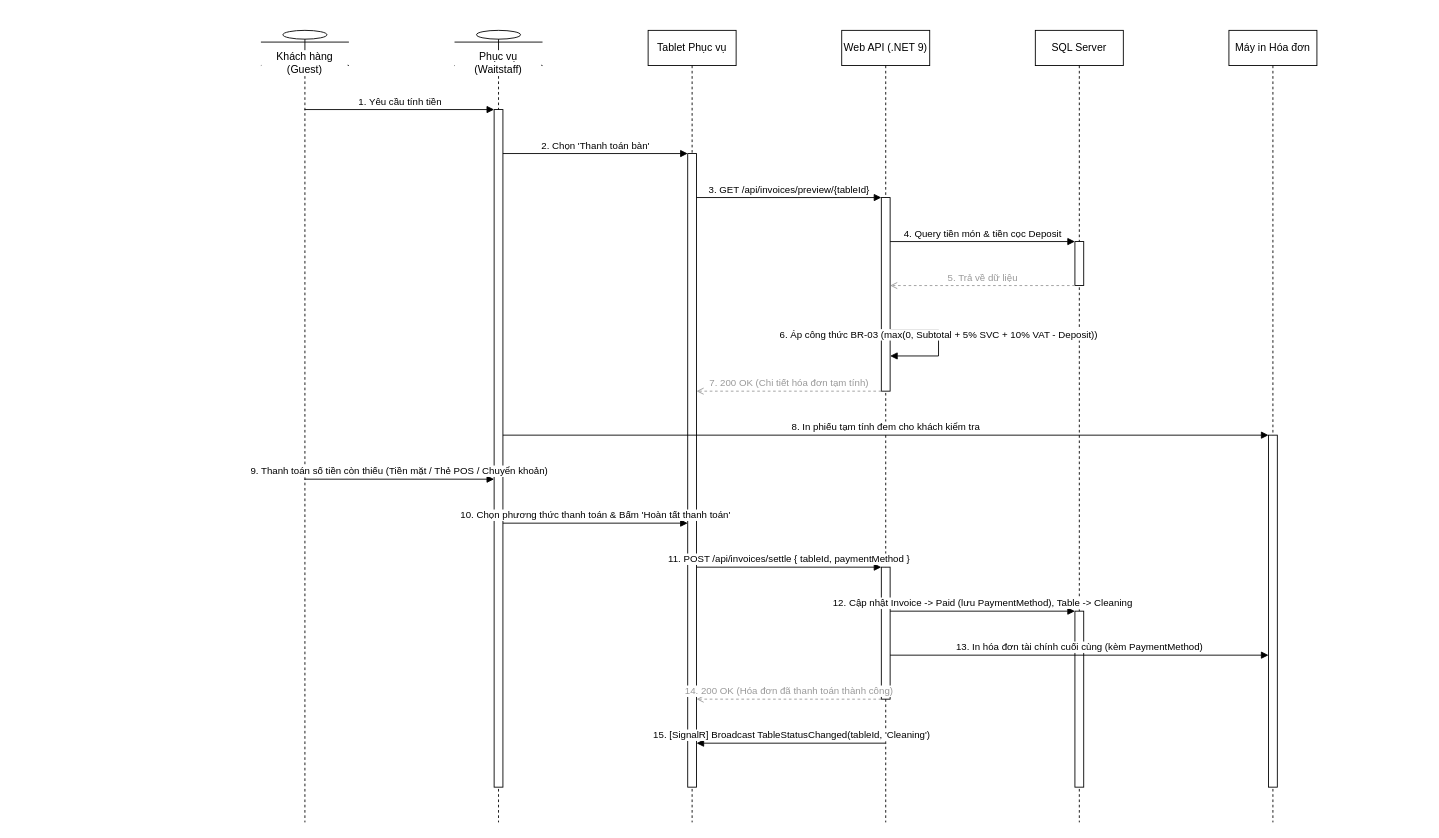
Above: docs/phase1/drawio/sd04_invoice_settlement.drawio in AndrewQng/VinDining (draw.io), before the change. Source tidied: cells renumbered, new cells numbered last; positions are measured from the earlier drawing's top-left corner, leaving out a move shared by most shapes. Both pictures are drawn from the tidied source at 88%, with x=0, y=0 at pixel (260, 30).
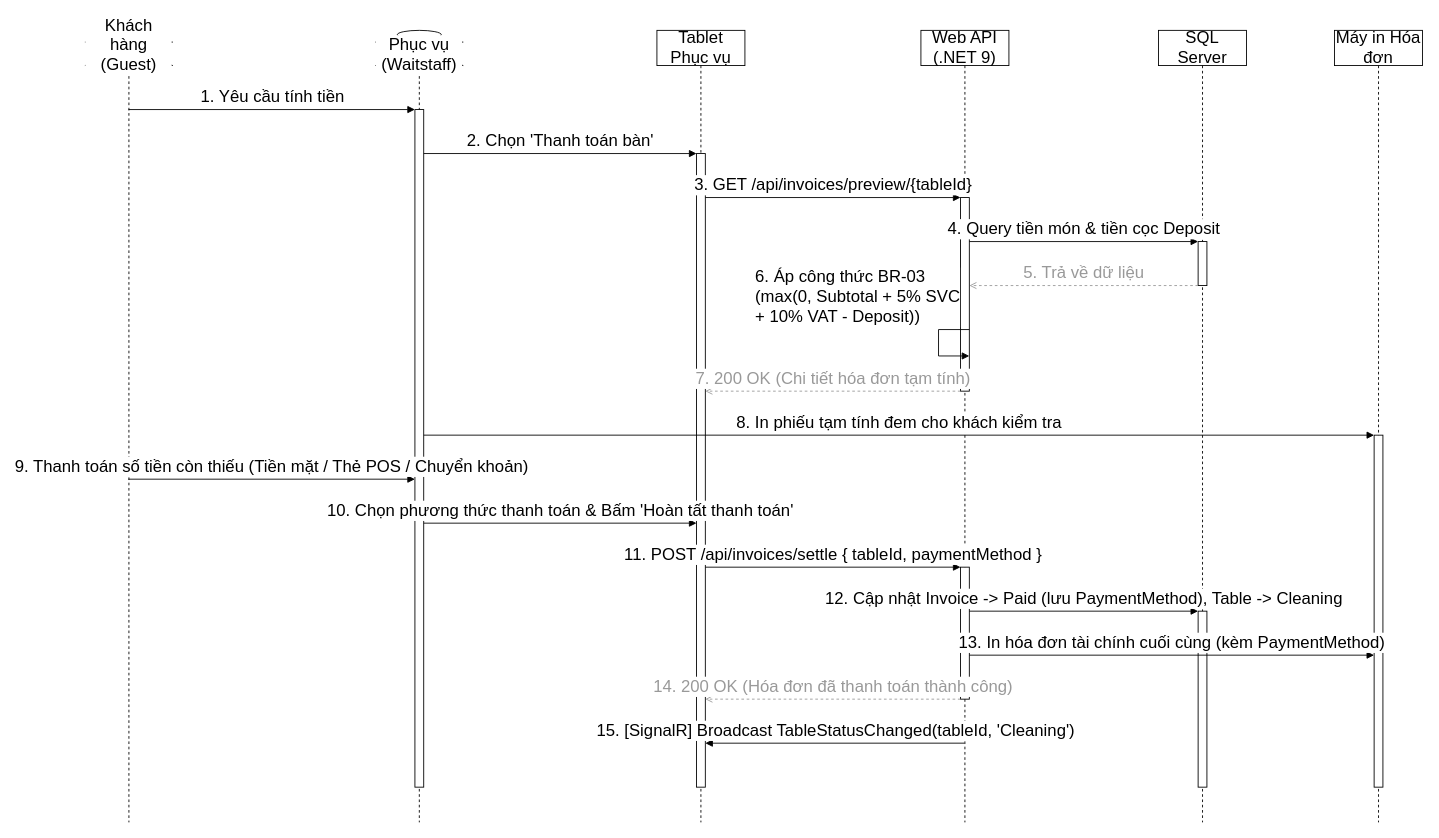
After the change.

What changed in the source:
```diff
@@
-    <mxCell id="2" value="Khách hàng (Guest)" style="shape=umlLifeline;perimeter=lifelinePerimeter;whiteSpace=wrap;html=1;outlineConnect=0;portConstraint=eastwest;size=40;participant=umlActor;verticalAlign=bottom;spacingBottom=-14;labelBackgroundColor=#ffffff;" parent="1" vertex="1">
-      <mxGeometry width="100" height="900" as="geometry" />
+    <mxCell id="2" value="Khách hàng (Guest)" style="shape=umlLifeline;perimeter=lifelinePerimeter;whiteSpace=wrap;html=1;outlineConnect=0;portConstraint=eastwest;size=40;participant=umlActor;verticalAlign=bottom;spacingBottom=-14;labelBackgroundColor=#ffffff;fontSize=19;" parent="1" vertex="1">
+      <mxGeometry x="-200" width="100" height="900" as="geometry" />
     </mxCell>
-    <mxCell id="3" value="Phục vụ (Waitstaff)" style="shape=umlLifeline;perimeter=lifelinePerimeter;whiteSpace=wrap;html=1;size=40;participant=umlActor;verticalAlign=bottom;spacingBottom=-14;labelBackgroundColor=#ffffff;" parent="1" vertex="1">
-      <mxGeometry x="220" width="100" height="900" as="geometry" />
+    <mxCell id="3" value="Phục vụ (Waitstaff)" style="shape=umlLifeline;perimeter=lifelinePerimeter;whiteSpace=wrap;html=1;size=40;participant=umlActor;verticalAlign=bottom;spacingBottom=-14;labelBackgroundColor=#ffffff;fontSize=19;" parent="1" vertex="1">
+      <mxGeometry x="130" width="100" height="900" as="geometry" />
     </mxCell>
+    <mxCell id="11" style="html=1;points=[];perimeter=orthogonalPerimeter;outlineConnect=0;fillColor=#ffffff;fontSize=19;" parent="3" vertex="1">
+      <mxGeometry x="45" y="90" width="10" height="770" as="geometry" />
+    </mxCell>
-    <mxCell id="4" value="Tablet Phục vụ" style="shape=umlLifeline;perimeter=lifelinePerimeter;whiteSpace=wrap;html=1;size=40;" parent="1" vertex="1">
-      <mxGeometry x="440" width="100" height="900" as="geometry" />
+    <mxCell id="4" value="Tablet Phục vụ" style="shape=umlLifeline;perimeter=lifelinePerimeter;whiteSpace=wrap;html=1;size=40;fontSize=19;" parent="1" vertex="1">
+      <mxGeometry x="450" width="100" height="900" as="geometry" />
     </mxCell>
+    <mxCell id="12" style="html=1;points=[];perimeter=orthogonalPerimeter;outlineConnect=0;fillColor=#ffffff;fontSize=19;" parent="4" vertex="1">
+      <mxGeometry x="45" y="140" width="10" height="720" as="geometry" />
+    </mxCell>
-    <mxCell id="5" value="Web API (.NET 9)" style="shape=umlLifeline;perimeter=lifelinePerimeter;whiteSpace=wrap;html=1;outlineConnect=0;portConstraint=eastwest;size=40;" parent="1" vertex="1">
-      <mxGeometry x="660" width="100" height="900" as="geometry" />
+    <mxCell id="5" value="Web API (.NET 9)" style="shape=umlLifeline;perimeter=lifelinePerimeter;whiteSpace=wrap;html=1;outlineConnect=0;portConstraint=eastwest;size=40;fontSize=19;" parent="1" vertex="1">
+      <mxGeometry x="750" width="100" height="900" as="geometry" />
     </mxCell>
-    <mxCell id="6" value="SQL Server" style="shape=umlLifeline;perimeter=lifelinePerimeter;whiteSpace=wrap;html=1;size=40;" parent="1" vertex="1">
-      <mxGeometry x="880" width="100" height="900" as="geometry" />
-    </mxCell>
-    <mxCell id="7" value="Máy in Hóa đơn" style="shape=umlLifeline;perimeter=lifelinePerimeter;whiteSpace=wrap;html=1;size=40;" parent="1" vertex="1">
-      <mxGeometry x="1100" width="100" height="900" as="geometry" />
-    </mxCell>
-    <mxCell id="8" style="html=1;points=[];perimeter=orthogonalPerimeter;outlineConnect=0;fillColor=#ffffff;" parent="6" vertex="1">
-      <mxGeometry x="45" y="240" width="10" height="50" as="geometry" />
-    </mxCell>
-    <mxCell id="9" style="html=1;points=[];perimeter=orthogonalPerimeter;outlineConnect=0;fillColor=#ffffff;" parent="5" vertex="1">
+    <mxCell id="9" style="html=1;points=[];perimeter=orthogonalPerimeter;outlineConnect=0;fillColor=#ffffff;fontSize=19;" parent="5" vertex="1">
       <mxGeometry x="45" y="190" width="10" height="220" as="geometry" />
     </mxCell>
-    <mxCell id="10" style="html=1;points=[];perimeter=orthogonalPerimeter;outlineConnect=0;fillColor=#ffffff;" parent="5" vertex="1">
+    <mxCell id="10" style="html=1;points=[];perimeter=orthogonalPerimeter;outlineConnect=0;fillColor=#ffffff;fontSize=19;" parent="5" vertex="1">
       <mxGeometry x="45" y="610" width="10" height="150" as="geometry" />
     </mxCell>
-    <mxCell id="11" style="html=1;points=[];perimeter=orthogonalPerimeter;outlineConnect=0;fillColor=#ffffff;" parent="3" vertex="1">
-      <mxGeometry x="45" y="90" width="10" height="770" as="geometry" />
-    </mxCell>
-    <mxCell id="12" style="html=1;points=[];perimeter=orthogonalPerimeter;outlineConnect=0;fillColor=#ffffff;" parent="4" vertex="1">
-      <mxGeometry x="45" y="140" width="10" height="720" as="geometry" />
-    </mxCell>
+    <mxCell id="6" value="SQL Server" style="shape=umlLifeline;perimeter=lifelinePerimeter;whiteSpace=wrap;html=1;size=40;fontSize=19;" parent="1" vertex="1">
+      <mxGeometry x="1020" width="100" height="900" as="geometry" />
+    </mxCell>
+    <mxCell id="8" style="html=1;points=[];perimeter=orthogonalPerimeter;outlineConnect=0;fillColor=#ffffff;fontSize=19;" parent="6" vertex="1">
+      <mxGeometry x="45" y="240" width="10" height="50" as="geometry" />
+    </mxCell>
+    <mxCell id="14" style="html=1;points=[];perimeter=orthogonalPerimeter;outlineConnect=0;fillColor=#ffffff;fontSize=19;" parent="6" vertex="1">
+      <mxGeometry x="45" y="660" width="10" height="200" as="geometry" />
+    </mxCell>
+    <mxCell id="7" value="Máy in Hóa đơn" style="shape=umlLifeline;perimeter=lifelinePerimeter;whiteSpace=wrap;html=1;size=40;fontSize=19;" parent="1" vertex="1">
+      <mxGeometry x="1220" width="100" height="900" as="geometry" />
+    </mxCell>
-    <mxCell id="13" style="html=1;points=[];perimeter=orthogonalPerimeter;outlineConnect=0;fillColor=#ffffff;" parent="7" vertex="1">
+    <mxCell id="13" style="html=1;points=[];perimeter=orthogonalPerimeter;outlineConnect=0;fillColor=#ffffff;fontSize=19;" parent="7" vertex="1">
       <mxGeometry x="45" y="460" width="10" height="400" as="geometry" />
     </mxCell>
-    <mxCell id="14" style="html=1;points=[];perimeter=orthogonalPerimeter;outlineConnect=0;fillColor=#ffffff;" parent="6" vertex="1">
-      <mxGeometry x="45" y="660" width="10" height="200" as="geometry" />
-    </mxCell>
-    <mxCell id="15" value="1. Yêu cầu tính tiền" style="html=1;verticalAlign=bottom;endArrow=block;curved=0;rounded=0;exitX=0.5;exitY=0.1;entryX=0;entryY=0.0;" parent="1" edge="1" source="2" target="11">
+    <mxCell id="15" value="1. Yêu cầu tính tiền" style="html=1;verticalAlign=bottom;endArrow=block;curved=0;rounded=0;exitX=0.5;exitY=0.1;entryX=0;entryY=0.0;fontSize=19;" parent="1" edge="1" source="2" target="11">
       <mxGeometry relative="1" as="geometry" />
     </mxCell>
-    <mxCell id="16" value="2. Chọn 'Thanh toán bàn'" style="html=1;verticalAlign=bottom;endArrow=block;curved=0;rounded=0;exitX=1;exitY=0.0649;entryX=0;entryY=0.0;" parent="1" edge="1" source="11" target="12">
+    <mxCell id="16" value="2. Chọn 'Thanh toán bàn'" style="html=1;verticalAlign=bottom;endArrow=block;curved=0;rounded=0;exitX=1;exitY=0.0649;entryX=0;entryY=0.0;fontSize=19;" parent="1" edge="1" source="11" target="12">
       <mxGeometry relative="1" as="geometry" />
     </mxCell>
-    <mxCell id="17" value="3. GET /api/invoices/preview/{tableId}" style="html=1;verticalAlign=bottom;endArrow=block;curved=0;rounded=0;exitX=1;exitY=0.0694;entryX=0;entryY=0.0;" parent="1" edge="1" source="12" target="9">
+    <mxCell id="17" value="3. GET /api/invoices/preview/{tableId}" style="html=1;verticalAlign=bottom;endArrow=block;curved=0;rounded=0;exitX=1;exitY=0.0694;entryX=0;entryY=0.0;fontSize=19;" parent="1" edge="1" source="12" target="9">
       <mxGeometry relative="1" as="geometry" />
     </mxCell>
-    <mxCell id="18" value="4. Query tiền món &amp; tiền cọc Deposit" style="html=1;verticalAlign=bottom;endArrow=block;curved=0;rounded=0;exitX=1;exitY=0.2273;entryX=0;entryY=0.0;" parent="1" edge="1" source="9" target="8">
+    <mxCell id="18" value="4. Query tiền món &amp;amp; tiền cọc Deposit" style="html=1;verticalAlign=bottom;endArrow=block;curved=0;rounded=0;exitX=1;exitY=0.2273;entryX=0;entryY=0.0;fontSize=19;" parent="1" edge="1" source="9" target="8">
       <mxGeometry relative="1" as="geometry" />
     </mxCell>
-    <mxCell id="19" value="5. Trả về dữ liệu" style="html=1;verticalAlign=bottom;endArrow=open;dashed=1;curved=0;rounded=0;strokeColor=#999999;fontColor=#999999;exitX=0;exitY=1.0;entryX=1;entryY=0.4545;" parent="1" edge="1" source="8" target="9">
+    <mxCell id="19" value="5. Trả về dữ liệu" style="html=1;verticalAlign=bottom;endArrow=open;dashed=1;curved=0;rounded=0;strokeColor=#999999;fontColor=#999999;exitX=0;exitY=1.0;entryX=1;entryY=0.4545;fontSize=19;" parent="1" edge="1" source="8" target="9">
       <mxGeometry relative="1" as="geometry" />
     </mxCell>
-    <mxCell id="20" value="6. Áp công thức BR-03 (max(0, Subtotal + 5% SVC + 10% VAT - Deposit))" style="html=1;verticalAlign=bottom;endArrow=block;curved=0;rounded=0;exitX=1;exitY=0.6818;entryX=1;entryY=0.8182;" parent="1" edge="1" source="9" target="9">
-      <mxGeometry relative="1" as="geometry">
+    <mxCell id="20" value="6. Áp công thức BR-03&amp;nbsp;&lt;div&gt;(max(0, Subtotal + 5% SVC&lt;/div&gt;&lt;div&gt;+ 10% VAT - Deposit))&lt;/div&gt;" style="html=1;verticalAlign=bottom;endArrow=block;curved=0;rounded=0;exitX=1;exitY=0.6818;entryX=1;entryY=0.8182;fontSize=19;align=left;" parent="1" edge="1" source="9" target="9">
+      <mxGeometry x="-0.3" y="-210" relative="1" as="geometry">
         <Array as="points">
           <mxPoint x="770" y="340" />
           <mxPoint x="770" y="370" />
         </Array>
       </mxGeometry>
     </mxCell>
-    <mxCell id="21" value="7. 200 OK (Chi tiết hóa đơn tạm tính)" style="html=1;verticalAlign=bottom;endArrow=open;dashed=1;curved=0;rounded=0;strokeColor=#999999;fontColor=#999999;exitX=0;exitY=1.0;entryX=1;entryY=0.375;" parent="1" edge="1" source="9" target="12">
+    <mxCell id="21" value="7. 200 OK (Chi tiết hóa đơn tạm tính)" style="html=1;verticalAlign=bottom;endArrow=open;dashed=1;curved=0;rounded=0;strokeColor=#999999;fontColor=#999999;exitX=0;exitY=1.0;entryX=1;entryY=0.375;fontSize=19;" parent="1" edge="1" source="9" target="12">
       <mxGeometry relative="1" as="geometry" />
     </mxCell>
-    <mxCell id="22" value="8. In phiếu tạm tính đem cho khách kiểm tra" style="html=1;verticalAlign=bottom;endArrow=block;curved=0;rounded=0;exitX=1;exitY=0.4805;entryX=0;entryY=0.0;" parent="1" edge="1" source="11" target="13">
+    <mxCell id="22" value="8. In phiếu tạm tính đem cho khách kiểm tra" style="html=1;verticalAlign=bottom;endArrow=block;curved=0;rounded=0;exitX=1;exitY=0.4805;entryX=0;entryY=0.0;fontSize=19;" parent="1" edge="1" source="11" target="13">
       <mxGeometry relative="1" as="geometry" />
     </mxCell>
-    <mxCell id="23" value="9. Thanh toán số tiền còn thiếu (Tiền mặt / Thẻ POS / Chuyển khoản)" style="html=1;verticalAlign=bottom;endArrow=block;curved=0;rounded=0;exitX=0.5;exitY=0.5667;entryX=0;entryY=0.5455;" parent="1" edge="1" source="2" target="11">
+    <mxCell id="23" value="9. Thanh toán số tiền còn thiếu (Tiền mặt / Thẻ POS / Chuyển khoản)" style="html=1;verticalAlign=bottom;endArrow=block;curved=0;rounded=0;exitX=0.5;exitY=0.5667;entryX=0;entryY=0.5455;fontSize=19;" parent="1" edge="1" source="2" target="11">
       <mxGeometry relative="1" as="geometry" />
     </mxCell>
-    <mxCell id="24" value="10. Chọn phương thức thanh toán &amp; Bấm 'Hoàn tất thanh toán'" style="html=1;verticalAlign=bottom;endArrow=block;curved=0;rounded=0;exitX=1;exitY=0.6104;entryX=0;entryY=0.5833;" parent="1" edge="1" source="11" target="12">
+    <mxCell id="24" value="10. Chọn phương thức thanh toán &amp;amp; Bấm 'Hoàn tất thanh toán'" style="html=1;verticalAlign=bottom;endArrow=block;curved=0;rounded=0;exitX=1;exitY=0.6104;entryX=0;entryY=0.5833;fontSize=19;" parent="1" edge="1" source="11" target="12">
       <mxGeometry relative="1" as="geometry" />
     </mxCell>
-    <mxCell id="25" value="11. POST /api/invoices/settle { tableId, paymentMethod }" style="html=1;verticalAlign=bottom;endArrow=block;curved=0;rounded=0;exitX=1;exitY=0.6528;entryX=0;entryY=0.0;" parent="1" edge="1" source="12" target="10">
+    <mxCell id="25" value="11. POST /api/invoices/settle { tableId, paymentMethod }" style="html=1;verticalAlign=bottom;endArrow=block;curved=0;rounded=0;exitX=1;exitY=0.6528;entryX=0;entryY=0.0;fontSize=19;" parent="1" edge="1" source="12" target="10">
       <mxGeometry relative="1" as="geometry" />
     </mxCell>
-    <mxCell id="26" value="12. Cập nhật Invoice -&gt; Paid (lưu PaymentMethod), Table -&gt; Cleaning" style="html=1;verticalAlign=bottom;endArrow=block;curved=0;rounded=0;exitX=1;exitY=0.3333;entryX=0;entryY=0.0;" parent="1" edge="1" source="10" target="14">
+    <mxCell id="26" value="12. Cập nhật Invoice -&amp;gt; Paid (lưu PaymentMethod), Table -&amp;gt; Cleaning" style="html=1;verticalAlign=bottom;endArrow=block;curved=0;rounded=0;exitX=1;exitY=0.3333;entryX=0;entryY=0.0;fontSize=19;" parent="1" edge="1" source="10" target="14">
       <mxGeometry relative="1" as="geometry" />
     </mxCell>
-    <mxCell id="27" value="13. In hóa đơn tài chính cuối cùng (kèm PaymentMethod)" style="html=1;verticalAlign=bottom;endArrow=block;curved=0;rounded=0;exitX=1;exitY=0.6667;entryX=0;entryY=0.625;" parent="1" edge="1" source="10" target="13">
+    <mxCell id="27" value="13. In hóa đơn tài chính cuối cùng (kèm PaymentMethod)" style="html=1;verticalAlign=bottom;endArrow=block;curved=0;rounded=0;exitX=1;exitY=0.6667;entryX=0;entryY=0.625;fontSize=19;" parent="1" edge="1" source="10" target="13">
       <mxGeometry relative="1" as="geometry" />
     </mxCell>
-    <mxCell id="28" value="14. 200 OK (Hóa đơn đã thanh toán thành công)" style="html=1;verticalAlign=bottom;endArrow=open;dashed=1;curved=0;rounded=0;strokeColor=#999999;fontColor=#999999;exitX=0;exitY=1.0;entryX=1;entryY=0.8611;" parent="1" edge="1" source="10" target="12">
+    <mxCell id="28" value="14. 200 OK (Hóa đơn đã thanh toán thành công)" style="html=1;verticalAlign=bottom;endArrow=open;dashed=1;curved=0;rounded=0;strokeColor=#999999;fontColor=#999999;exitX=0;exitY=1.0;entryX=1;entryY=0.8611;fontSize=19;" parent="1" edge="1" source="10" target="12">
       <mxGeometry relative="1" as="geometry" />
     </mxCell>
-    <mxCell id="29" value="15. [SignalR] Broadcast TableStatusChanged(tableId, 'Cleaning')" style="html=1;verticalAlign=bottom;endArrow=block;curved=0;rounded=0;exitX=0.5;exitY=0.9;entryX=1;entryY=0.9306;" parent="1" edge="1" source="5" target="12">
+    <mxCell id="29" value="15. [SignalR] Broadcast TableStatusChanged(tableId, 'Cleaning')" style="html=1;verticalAlign=bottom;endArrow=block;curved=0;rounded=0;exitX=0.5;exitY=0.9;entryX=1;entryY=0.9306;fontSize=19;" parent="1" edge="1" source="5" target="12">
       <mxGeometry relative="1" as="geometry" />
     </mxCell>
```
